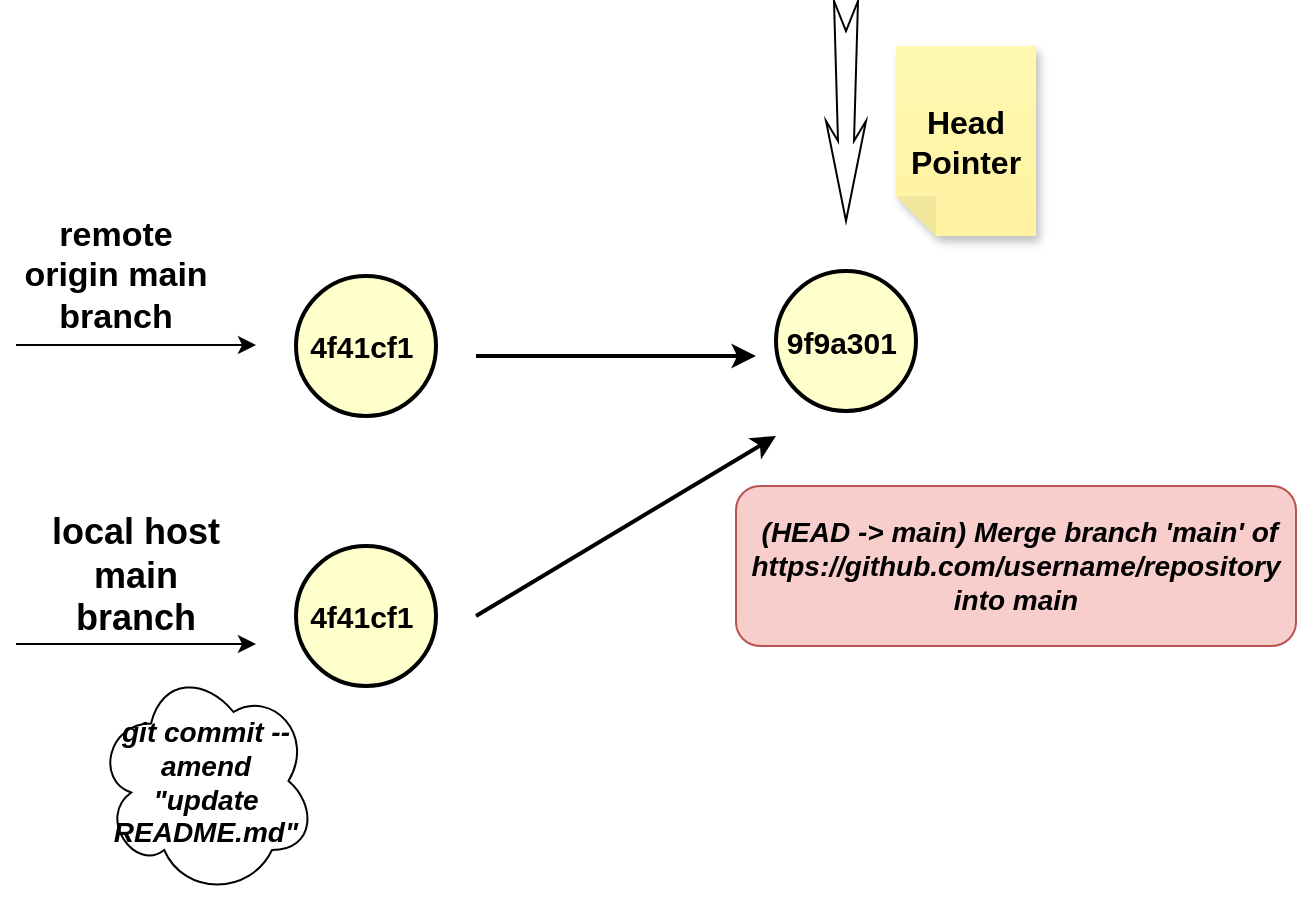
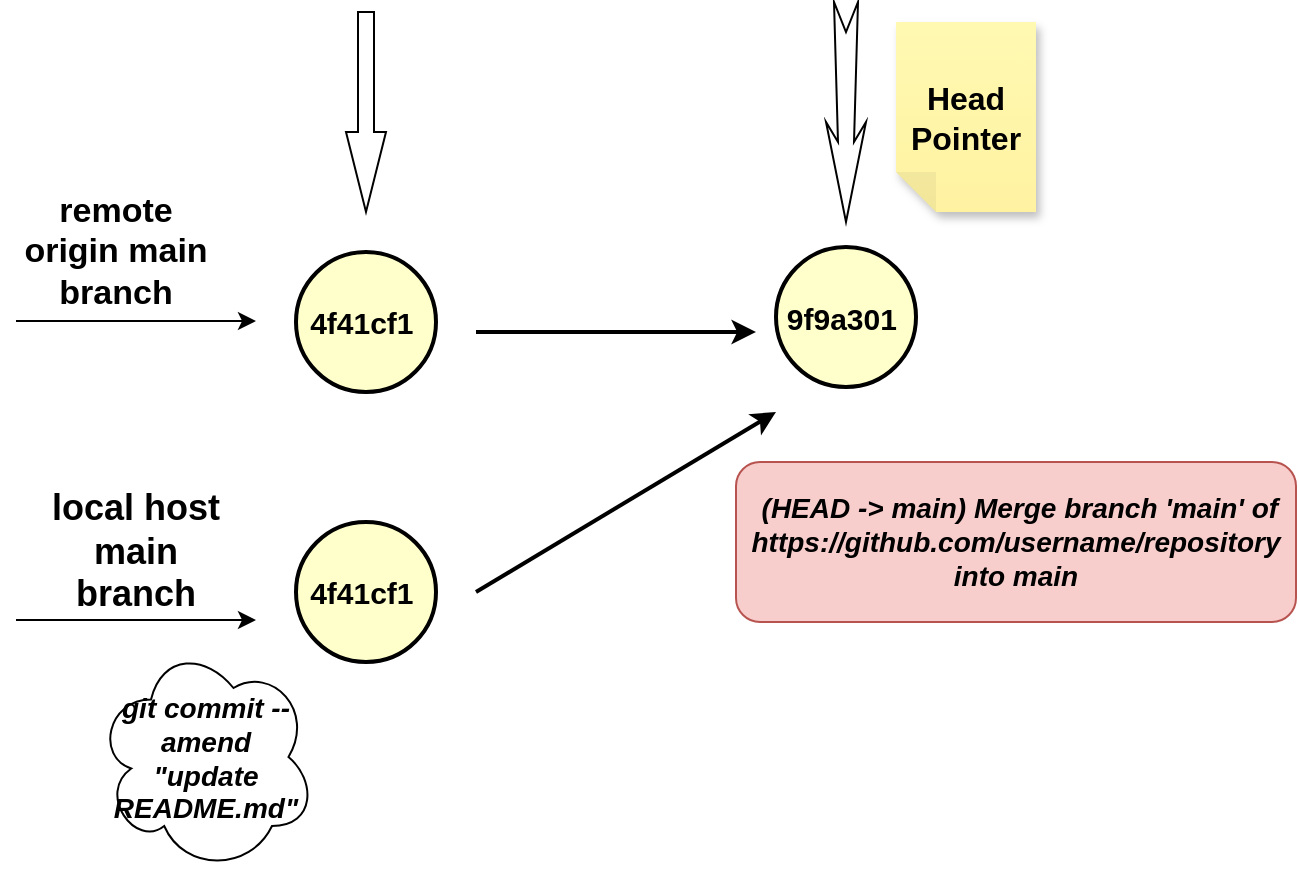
<mxfile host="app.diagrams.net" agent="Mozilla/5.0 (Windows NT 10.0; Win64; x64) AppleWebKit/537.36 (KHTML, like Gecko) Chrome/143.0.0.0 Safari/537.36 Edg/143.0.0.0" version="29.2.9">
  <diagram name="第 1 页" id="AsUlGSNAP8TYN12cpzAO">
    <mxGraphModel dx="1389" dy="746" grid="1" gridSize="10" guides="1" tooltips="1" connect="1" arrows="1" fold="1" page="1" pageScale="1" pageWidth="827" pageHeight="1169" math="0" shadow="0">
      <root>
        <mxCell id="0" />
        <mxCell id="1" parent="0" />
        <mxCell id="7zLrT6173KFatmY3y_eR-1" parent="1" style="ellipse;whiteSpace=wrap;html=1;aspect=fixed;fillColor=#FFFFCC;strokeWidth=2;" value="&lt;font style=&quot;font-size: 15px;&quot;&gt;&lt;b&gt;4f41cf1&amp;nbsp;&lt;/b&gt;&lt;/font&gt;" vertex="1">
          <mxGeometry height="70" width="70" x="210" y="265" as="geometry" />
        </mxCell>
        <mxCell id="7zLrT6173KFatmY3y_eR-2" parent="1" style="ellipse;whiteSpace=wrap;html=1;aspect=fixed;fillColor=#FFFFCC;strokeWidth=2;" value="&lt;font style=&quot;font-size: 15px;&quot;&gt;&lt;b&gt;4f41cf1&amp;nbsp;&lt;/b&gt;&lt;/font&gt;" vertex="1">
          <mxGeometry height="70" width="70" x="210" y="400" as="geometry" />
        </mxCell>
        <mxCell id="7zLrT6173KFatmY3y_eR-3" edge="1" parent="1" style="endArrow=classic;html=1;rounded=0;" value="">
          <mxGeometry height="50" relative="1" width="50" as="geometry">
            <mxPoint x="70" y="299.5" as="sourcePoint" />
            <mxPoint x="190" y="299.5" as="targetPoint" />
          </mxGeometry>
        </mxCell>
        <mxCell id="7zLrT6173KFatmY3y_eR-4" parent="1" style="text;html=1;whiteSpace=wrap;strokeColor=none;fillColor=none;align=center;verticalAlign=middle;rounded=0;" value="&lt;b&gt;&lt;font style=&quot;font-size: 17px;&quot;&gt;remote origin main branch&lt;/font&gt;&lt;/b&gt;" vertex="1">
          <mxGeometry height="40" width="100" x="70" y="245" as="geometry" />
        </mxCell>
        <mxCell id="7zLrT6173KFatmY3y_eR-5" edge="1" parent="1" style="endArrow=classic;html=1;rounded=0;" value="">
          <mxGeometry height="50" relative="1" width="50" as="geometry">
            <mxPoint x="70" y="449" as="sourcePoint" />
            <mxPoint x="190" y="449" as="targetPoint" />
          </mxGeometry>
        </mxCell>
        <mxCell id="7zLrT6173KFatmY3y_eR-6" parent="1" style="text;html=1;whiteSpace=wrap;strokeColor=none;fillColor=none;align=center;verticalAlign=middle;rounded=0;" value="&lt;b&gt;&lt;font style=&quot;font-size: 18px;&quot;&gt;local host main branch&lt;/font&gt;&lt;/b&gt;" vertex="1">
          <mxGeometry height="40" width="100" x="80" y="394.5" as="geometry" />
        </mxCell>
        <mxCell id="7zLrT6173KFatmY3y_eR-7" parent="1" style="ellipse;shape=cloud;whiteSpace=wrap;html=1;" value="&lt;i&gt;&lt;b&gt;&lt;font style=&quot;font-size: 14px;&quot;&gt;git commit --amend&lt;/font&gt;&lt;/b&gt;&lt;/i&gt;&lt;div&gt;&lt;i&gt;&lt;b&gt;&lt;font style=&quot;font-size: 14px;&quot;&gt;&quot;update README.md&quot;&lt;/font&gt;&lt;/b&gt;&lt;/i&gt;&lt;/div&gt;" vertex="1">
          <mxGeometry height="115" width="110" x="110" y="460" as="geometry" />
        </mxCell>
        <mxCell id="7zLrT6173KFatmY3y_eR-8" edge="1" parent="1" style="endArrow=classic;html=1;rounded=0;strokeWidth=2;" value="">
          <mxGeometry height="50" relative="1" width="50" as="geometry">
            <mxPoint x="300" y="305" as="sourcePoint" />
            <mxPoint x="440" y="305" as="targetPoint" />
          </mxGeometry>
        </mxCell>
        <mxCell id="7zLrT6173KFatmY3y_eR-9" parent="1" style="ellipse;whiteSpace=wrap;html=1;aspect=fixed;fillColor=#FFFFCC;strokeWidth=2;" value="&lt;span style=&quot;font-size: 15px;&quot;&gt;&lt;b&gt;9f9a301&amp;nbsp;&lt;/b&gt;&lt;/span&gt;" vertex="1">
          <mxGeometry height="70" width="70" x="450" y="262.5" as="geometry" />
        </mxCell>
        <mxCell id="7zLrT6173KFatmY3y_eR-10" edge="1" parent="1" style="endArrow=classic;html=1;rounded=0;strokeWidth=2;" value="">
          <mxGeometry height="50" relative="1" width="50" as="geometry">
            <mxPoint x="300" y="435" as="sourcePoint" />
            <mxPoint x="450" y="345" as="targetPoint" />
          </mxGeometry>
        </mxCell>
        <mxCell id="7zLrT6173KFatmY3y_eR-11" parent="1" style="rounded=1;whiteSpace=wrap;html=1;fillColor=#f8cecc;strokeColor=#b85450;" value="&lt;font style=&quot;font-size: 14px;&quot;&gt;&lt;b&gt;&lt;i&gt;&amp;nbsp;(HEAD -&amp;gt; main) Merge branch &#39;main&#39; of https://github.com/username/repository into main&lt;/i&gt;&lt;/b&gt;&lt;/font&gt;" vertex="1">
          <mxGeometry height="80" width="280" x="430" y="370" as="geometry" />
        </mxCell>
        <mxCell id="7zLrT6173KFatmY3y_eR-12" parent="1" style="html=1;shadow=0;dashed=0;align=center;verticalAlign=middle;shape=mxgraph.arrows2.stylisedArrow;dy=0.6;dx=40;notch=15;feather=0.4;rotation=90;" value="" vertex="1">
-           <mxGeometry height="20" width="110" x="430" y="172.5" as="geometry" />
+           <mxGeometry height="20" width="110" x="430" y="185" as="geometry" />
        </mxCell>
        <mxCell id="7zLrT6173KFatmY3y_eR-13" parent="1" style="shape=note;whiteSpace=wrap;html=1;backgroundOutline=1;fontColor=#000000;darkOpacity=0.05;fillColor=#FFF9B2;strokeColor=none;fillStyle=solid;direction=west;gradientDirection=north;gradientColor=#FFF2A1;shadow=1;size=20;pointerEvents=1;" value="&lt;b&gt;&lt;font style=&quot;font-size: 16px;&quot;&gt;Head Pointer&lt;/font&gt;&lt;/b&gt;" vertex="1">
          <mxGeometry height="95" width="70" x="510" y="150" as="geometry" />
+         </mxCell>
+         <mxCell id="7zLrT6173KFatmY3y_eR-14" parent="1" style="html=1;shadow=0;dashed=0;align=center;verticalAlign=middle;shape=mxgraph.arrows2.arrow;dy=0.6;dx=40;direction=south;notch=0;" value="" vertex="1">
+           <mxGeometry height="100" width="20" x="235" y="145" as="geometry" />
        </mxCell>
      </root>
    </mxGraphModel>
  </diagram>
</mxfile>
